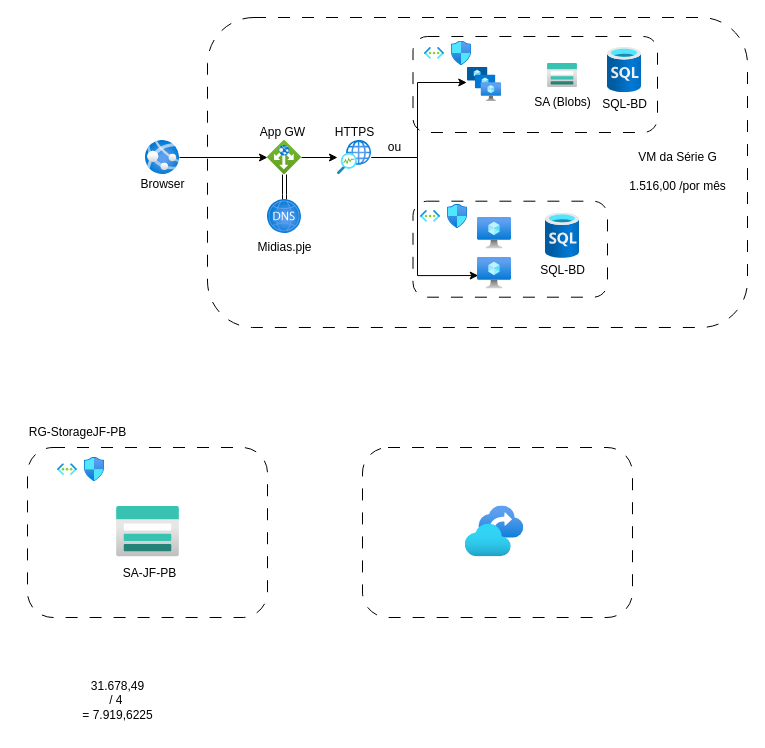
Above: designjf.drawio in Pedro-gabriel/Lanlinkwebsite (draw.io), before the change. Source tidied: cells renumbered, new cells numbered last; positions are measured from the earlier drawing's top-left corner, leaving out a move shared by most shapes. Both pictures are drawn from the tidied source at 100%, with x=0, y=0 at pixel (17, 17).
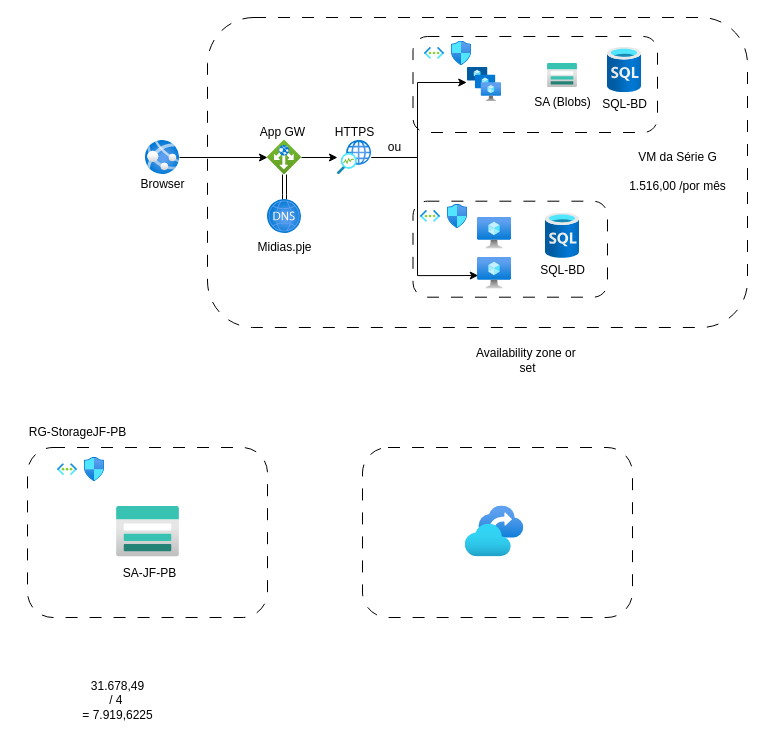
Above is the later version.

What changed in the source:
```diff
@@
+    <mxCell id="41" value="Availability zone or&amp;nbsp;&lt;br&gt;set" style="text;html=1;align=center;verticalAlign=middle;strokeColor=none;fillColor=none;fontSize=12;fontFamily=Helvetica;fontColor=default;" parent="1" vertex="1">
+      <mxGeometry x="445" y="323" width="130" height="40" as="geometry" />
+    </mxCell>
```
